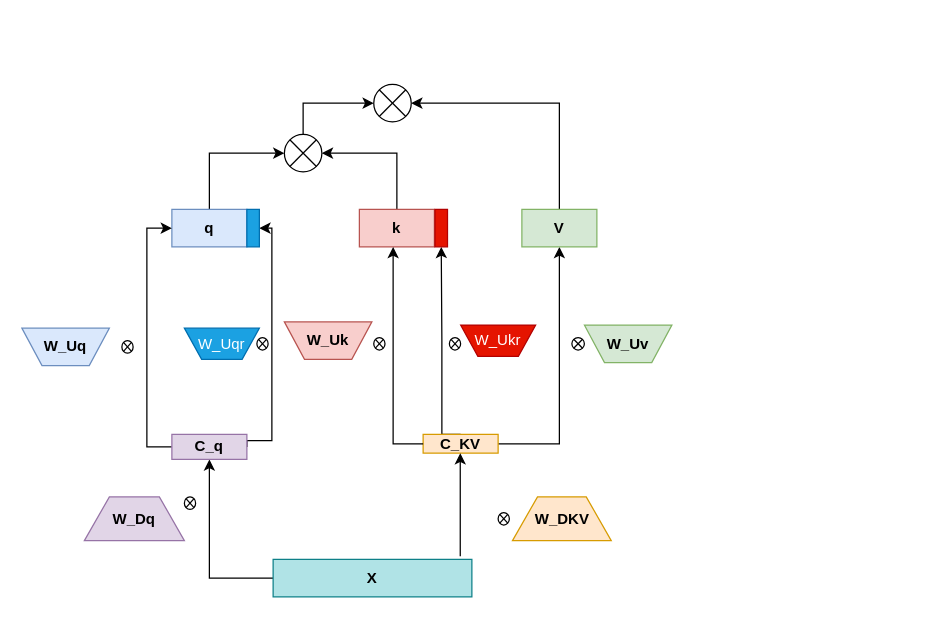
ShizhongP/dl-notes keeps this draw.io diagram as assets/MLA.drawio. Above is the earlier version. Source tidied: cells renumbered, new cells numbered last; positions are measured from the earlier drawing's top-left corner, leaving out a move shared by most shapes. Both pictures are drawn from the tidied source at 125%, with x=0, y=0 at pixel (21, 84).
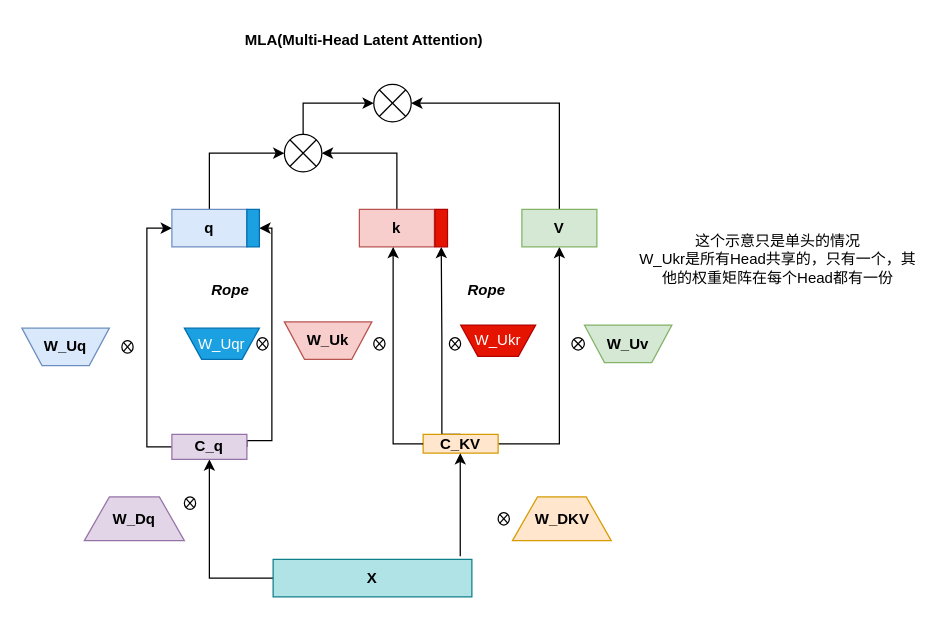
Above is the later version.

What changed in the source:
```diff
@@
+    <mxCell id="37" value="&lt;b&gt;MLA(Multi-Head Latent Attention)&lt;/b&gt;" style="text;html=1;align=center;verticalAlign=middle;whiteSpace=wrap;rounded=0;" parent="1" vertex="1">
+      <mxGeometry x="139" y="-50" width="270" height="30" as="geometry" />
+    </mxCell>
+    <mxCell id="38" value="这个示意只是单头的情况&lt;div&gt;&lt;div&gt;W_Ukr是所有Head共享的，只有一个，其他的权重矩阵在每个Head都有一份&lt;/div&gt;&lt;/div&gt;" style="text;html=1;align=center;verticalAlign=middle;whiteSpace=wrap;rounded=0;" parent="1" vertex="1">
+      <mxGeometry x="490" y="110" width="230" height="60" as="geometry" />
+    </mxCell>
+    <mxCell id="39" value="&lt;b&gt;&lt;i&gt;Rope&lt;/i&gt;&lt;/b&gt;" style="text;html=1;align=center;verticalAlign=middle;whiteSpace=wrap;rounded=0;" parent="1" vertex="1">
+      <mxGeometry x="137" y="150" width="60" height="30" as="geometry" />
+    </mxCell>
+    <mxCell id="40" value="&lt;b&gt;&lt;i&gt;Rope&lt;/i&gt;&lt;/b&gt;" style="text;html=1;align=center;verticalAlign=middle;whiteSpace=wrap;rounded=0;" parent="1" vertex="1">
+      <mxGeometry x="342" y="150" width="60" height="30" as="geometry" />
+    </mxCell>
```
